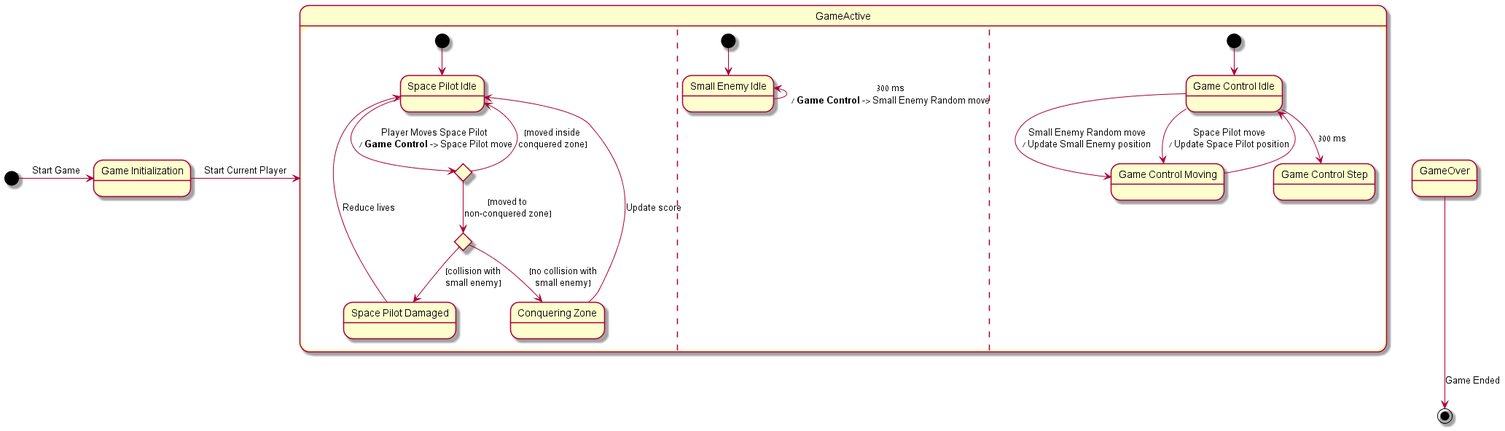
The PlantUML diagram Design/Volfied_StateChartDiagram.png in Y2PTechnion/TechnionFinalProject, before a commit.
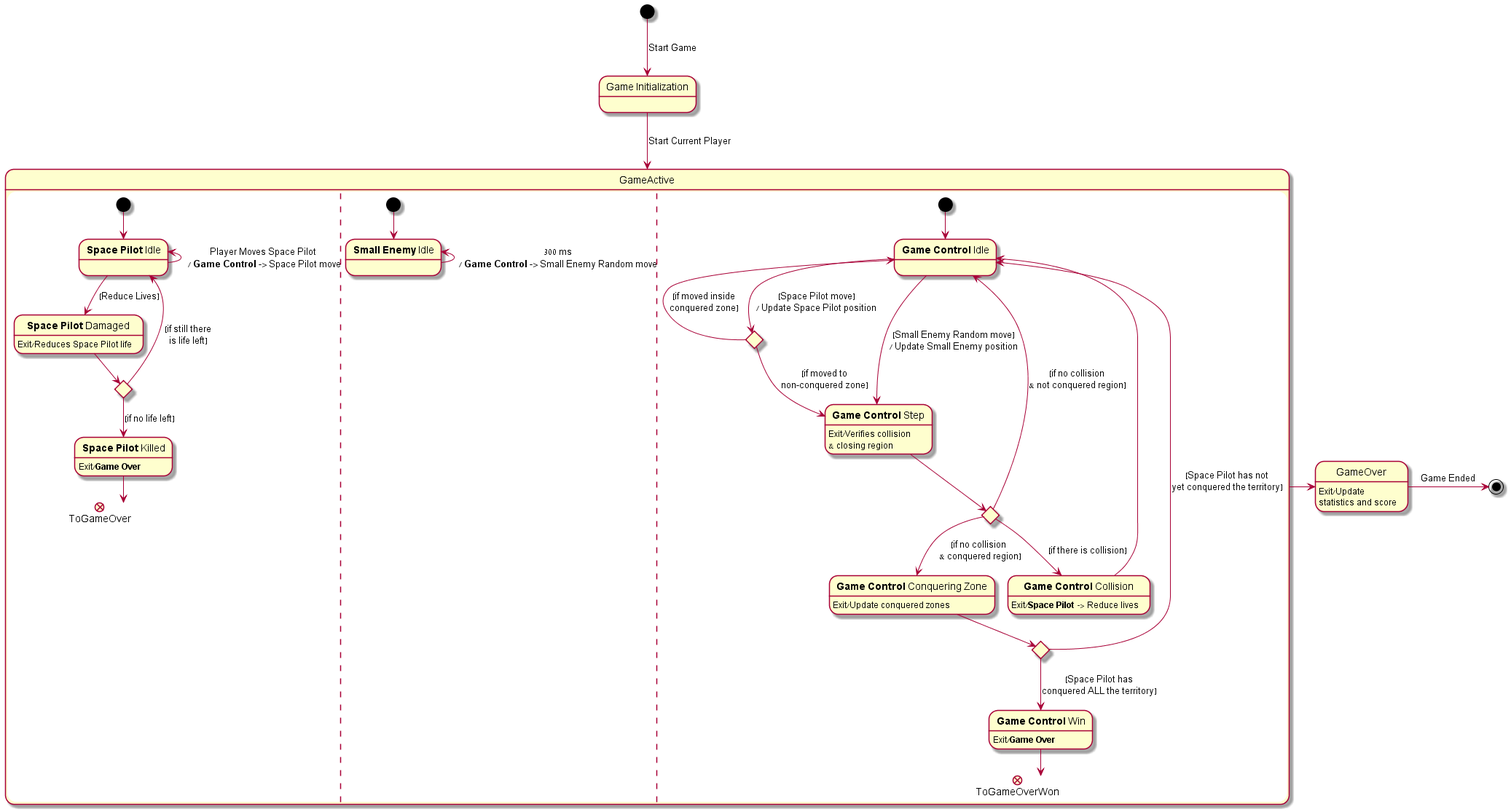
Later version of the same file.

Commit message:
State Chart finished

What changed in the source:
```diff
@@ -3,52 +3,70 @@
 state "Game Initialization" as GameInitialization
 state "Game Active" as GameActive
 
-[*] -right-> GameInitialization : Start Game
+[*] -down-> GameInitialization : Start Game
 
-GameInitialization -right-> GameActive : Start Current Player
+GameInitialization -down-> GameActive : Start Current Player
 state GameActive {
+	[*] -down-> SpacePilotIdle
+		state "<b>Space Pilot</b> Idle" as SpacePilotIdle
+		state "<b>Space Pilot</b> Damaged" as SpacePilotDamaged : Exit/Reduces Space Pilot life
+		state "<b>Space Pilot</b> Killed" as SpacePilotKilled : Exit/<b>Game Over</b>
 
+		state isGameOver <<choice>>
 
-
-
-	[*] -down-> SpacePilotIdle
-		state "Space Pilot Idle" as SpacePilotIdle
-		state isInsideConqueredZone <<choice>>
-		state isThereCollision <<choice>>
-		SpacePilotIdle -down-> isInsideConqueredZone : Player Moves Space Pilot\n / <b>Game Control</b> -> Space Pilot move
-		state "Space Pilot Damaged" as SpacePilotDamaged
-		state "Conquering Zone" as SpacePilotConqueringZone
-
-		isInsideConqueredZone --> isThereCollision : [moved to\nnon-conquered zone]
-		isInsideConqueredZone --> SpacePilotIdle : [moved inside\nconquered zone]
-		isThereCollision --> SpacePilotConqueringZone : [no collision with\nsmall enemy]
-		isThereCollision --> SpacePilotDamaged : [collision with\nsmall enemy]
-
-		SpacePilotConqueringZone --> SpacePilotIdle : Update score
-		SpacePilotDamaged -->  SpacePilotIdle : Reduce lives
+		SpacePilotIdle -up-> SpacePilotIdle : Player Moves Space Pilot\n / <b>Game Control</b> -> Space Pilot move
+		SpacePilotIdle -down-> SpacePilotDamaged : [Reduce Lives]
+		SpacePilotDamaged --> isGameOver
+		isGameOver --> SpacePilotKilled : [if no life left]
+		isGameOver --> SpacePilotIdle : [if still there\nis life left]
+		SpacePilotKilled -down-> ToGameOver <<exitPoint>>
 
 	||
 
-	state "Small Enemy Idle" as SmallEnemyIdle
+	state "<b>Small Enemy</b> Idle" as SmallEnemyIdle
 	[*] -down-> SmallEnemyIdle
 		SmallEnemyIdle -up-> SmallEnemyIdle : 300 ms\n/ <b>Game Control</b> -> Small Enemy Random move
 
 	||
 	[*] -down-> GameControlIdle
-		state "Game Control Idle" as GameControlIdle
-		state "Game Control Moving" as GameControlMoving
-		state "Game Control Step" as GameControlStep
-		GameControlIdle	--> GameControlMoving : Small Enemy Random move\n/ Update Small Enemy position
-		GameControlIdle	--> GameControlStep : 300 ms
-		GameControlIdle	--> GameControlMoving : Space Pilot move\n/ Update Space Pilot position
-		GameControlMoving --> GameControlIdle
+		state "<b>Game Control</b> Idle" as GameControlIdle
+		state "<b>Game Control</b> Step" as GameControlStep : Exit/Verifies collision\n& closing region
 
+		state isInsideConqueredZone <<choice>>
+		state isThereCollision <<choice>>
+		state hasSpacePilotWon <<choice>>
+
+		state "<b>Game Control</b> Collision" as Collision : Exit/<b>Space Pilot</b> -> Reduce lives
+		state "<b>Game Control</b> Conquering Zone" as SpacePilotConqueringZone : Exit/Update conquered zones
+		state "<b>Game Control</b> Win" as GameControlWin : Exit/<b>Game Over</b>
+
+		isInsideConqueredZone --> GameControlStep : [if moved to\nnon-conquered zone]
+		isInsideConqueredZone --> GameControlIdle : [if moved inside\nconquered zone]
+
+		GameControlIdle	--> GameControlStep : [Small Enemy Random move]\n/ Update Small Enemy position
+		GameControlIdle	--> isInsideConqueredZone : [Space Pilot move]\n/ Update Space Pilot position
+		GameControlStep --> isThereCollision
+		isThereCollision --> GameControlIdle : [if no collision\n& not conquered region]
+		isThereCollision --> SpacePilotConqueringZone : [if no collision \n& conquered region]
+		isThereCollision --> Collision : [if there is collision]
+
+		SpacePilotConqueringZone --> hasSpacePilotWon
+		hasSpacePilotWon --> GameControlIdle : [Space Pilot has not\nyet conquered the territory]
+		hasSpacePilotWon --> GameControlWin : [Space Pilot has\nconquered ALL the territory]
+
+
+		GameControlWin --> ToGameOverWon <<exitPoint>>
+
+		Collision -->  GameControlIdle
 }
 
-state GameOver {
-}
+state GameOver : Exit/Update\nstatistics and score
 
-GameOver --> [*] : Game Ended
+
+
+GameActive -right-> GameOver
+
+GameOver --right> [*] : Game Ended
 
 
 @enduml
```
